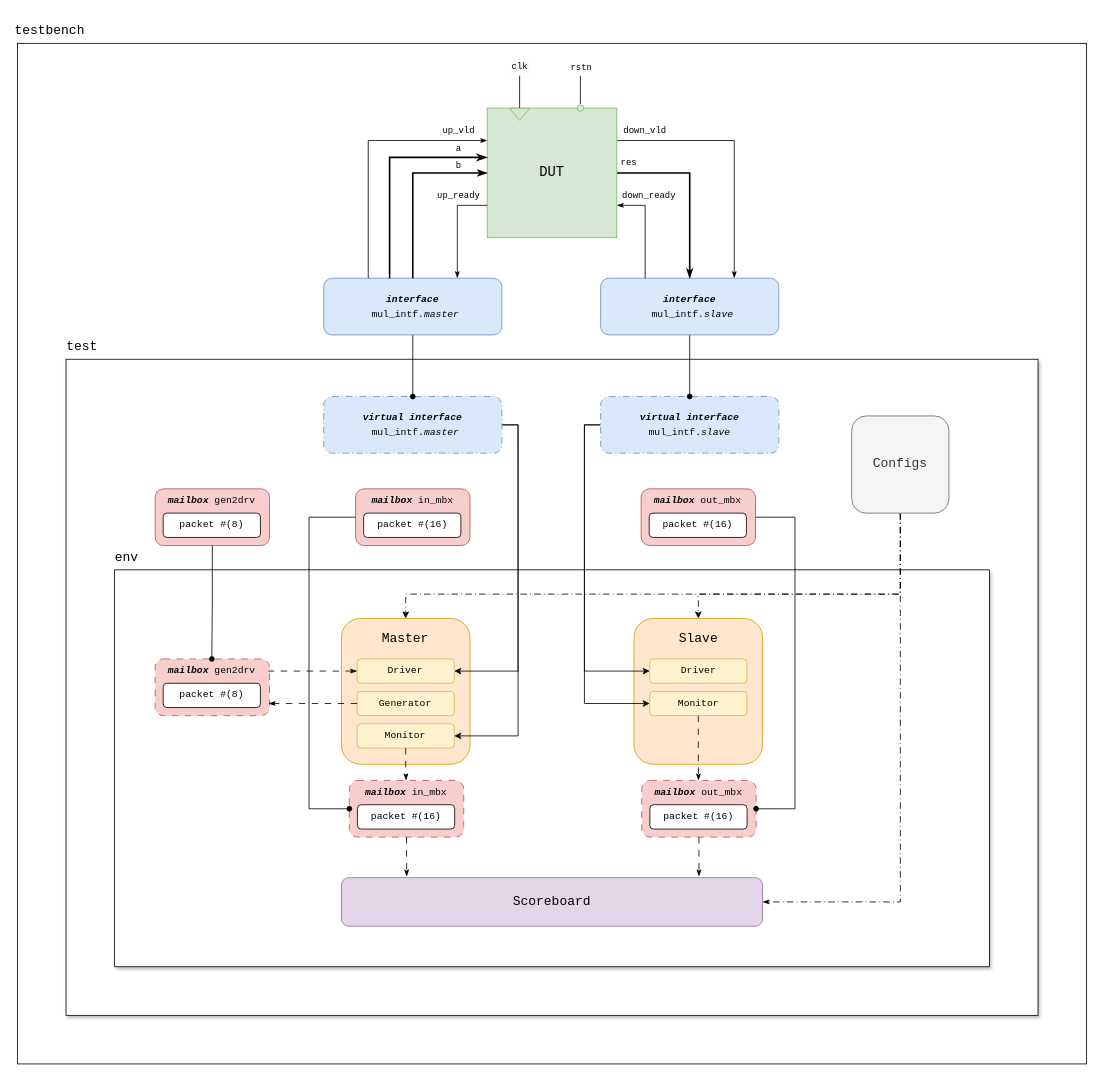
Before: drawio/tb.drawio in nlGillity/hdl-mul, a draw.io diagram. Source tidied: cells renumbered, new cells numbered last; positions are measured from the earlier drawing's top-left corner, leaving out a move shared by most shapes. Both pictures are drawn from the tidied source at 81%, with x=0, y=0 at pixel (17, 19).
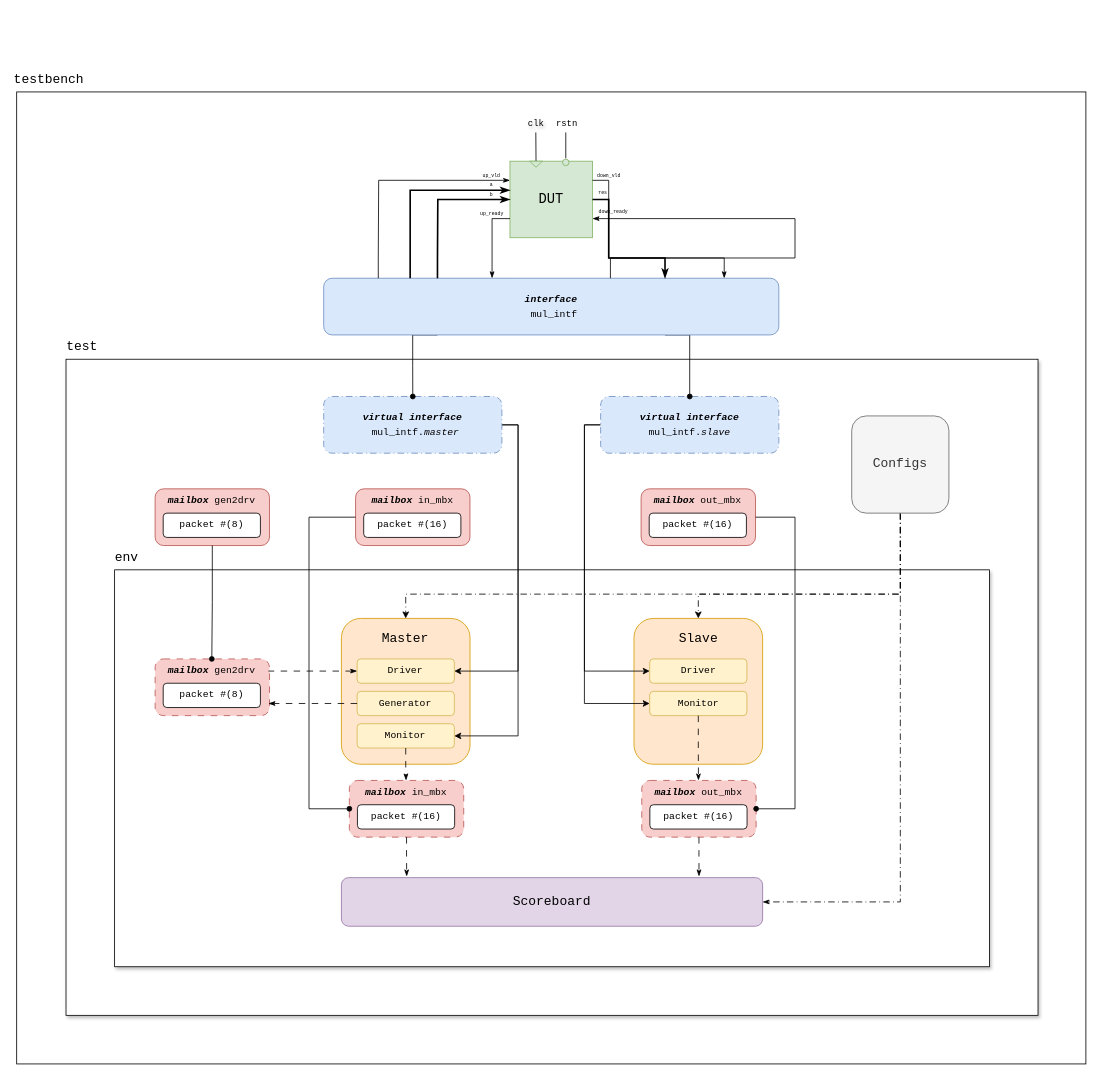
After the change.

Unchanged cells that the change refers to:
```xml
<mxCell id="52" value="&lt;div style=&quot;line-height: 50%;&quot;&gt;&lt;pre&gt;&lt;i&gt;&lt;b&gt;virtual interface&lt;/b&gt;&lt;/i&gt;&lt;/pre&gt;&lt;pre&gt;&lt;i&gt;&lt;b&gt; &lt;/b&gt;&lt;/i&gt;mul_intf.&lt;i&gt;master&lt;/i&gt;&lt;/pre&gt;&lt;/div&gt;" style="rounded=1;whiteSpace=wrap;html=1;fillColor=#dae8fc;strokeColor=#6c8ebf;dashed=1;dashPattern=8 4 1 4;" parent="1" vertex="1">
  <mxGeometry x="378.1" y="466" width="220" height="70" as="geometry" />
</mxCell>
<mxCell id="55" value="&lt;div style=&quot;line-height: 50%;&quot;&gt;&lt;pre&gt;&lt;i&gt;&lt;b&gt;virtual interface&lt;/b&gt;&lt;/i&gt;&lt;/pre&gt;&lt;pre&gt;mul_intf.&lt;i&gt;slave&lt;/i&gt;&lt;/pre&gt;&lt;/div&gt;" style="rounded=1;whiteSpace=wrap;html=1;fillColor=#dae8fc;strokeColor=#6c8ebf;dashed=1;dashPattern=8 4 1 4;" parent="1" vertex="1">
  <mxGeometry x="720" y="466" width="220" height="70" as="geometry" />
</mxCell>
```

Change to the diagram source:
```diff
@@
     <mxCell id="2" style="whiteSpace=wrap;html=1;" parent="1" vertex="1">
-      <mxGeometry y="30" width="1320" height="1260" as="geometry" />
+      <mxGeometry x="-0.9" y="90" width="1320" height="1200" as="geometry" />
     </mxCell>
@@
+    <mxCell id="88" style="edgeStyle=orthogonalEdgeStyle;rounded=0;jettySize=auto;html=1;exitX=0.75;exitY=1;exitDx=0;exitDy=0;exitPerimeter=0;entryX=0.5;entryY=0;entryDx=0;entryDy=0;endArrow=oval;endFill=1;" parent="1" edge="1" source="62" target="55">
+      <mxGeometry relative="1" as="geometry">
+        <Array as="points">
+          <mxPoint x="830" y="390" />
+        </Array>
+      </mxGeometry>
+    </mxCell>
-    <mxCell id="61" style="edgeStyle=orthogonalEdgeStyle;rounded=0;jettySize=auto;html=1;exitX=0.5;exitY=1;exitDx=0;exitDy=0;exitPerimeter=0;entryX=0.5;entryY=0;entryDx=0;entryDy=0;endArrow=oval;endFill=1;" parent="1" edge="1" source="62" target="52">
-      <mxGeometry relative="1" as="geometry" />
+    <mxCell id="61" style="edgeStyle=orthogonalEdgeStyle;rounded=0;jettySize=auto;html=1;exitX=0.25;exitY=1;exitDx=0;exitDy=0;exitPerimeter=0;entryX=0.5;entryY=0;entryDx=0;entryDy=0;endArrow=oval;endFill=1;" parent="1" edge="1" source="62" target="52">
+      <mxGeometry relative="1" as="geometry">
+        <Array as="points">
+          <mxPoint x="488" y="390" />
+          <mxPoint x="488" y="428" />
+        </Array>
+      </mxGeometry>
     </mxCell>
-    <mxCell id="62" value="&lt;div style=&quot;line-height: 50%;&quot;&gt;&lt;pre&gt;&lt;i&gt;&lt;b&gt;interface&lt;/b&gt;&lt;/i&gt;&lt;/pre&gt;&lt;pre&gt;&lt;i&gt;&lt;b&gt; &lt;/b&gt;&lt;/i&gt;mul_intf.&lt;i&gt;master&lt;/i&gt;&lt;/pre&gt;&lt;/div&gt;" style="rounded=1;whiteSpace=wrap;html=1;fillColor=#dae8fc;strokeColor=#6c8ebf;points=[[0,0,0,0,0],[0,0.25,0,0,0],[0,0.5,0,0,0],[0,0.75,0,0,0],[0,1,0,0,0],[0.25,0,0,0,0],[0.25,1,0,0,0],[0.37,0,0,0,0],[0.5,0,0,0,0],[0.5,1,0,0,0],[0.63,0,0,0,0],[0.75,0,0,0,0],[0.75,1,0,0,0],[1,0,0,0,0],[1,0.25,0,0,0],[1,0.5,0,0,0],[1,0.75,0,0,0],[1,1,0,0,0]];" parent="1" vertex="1">
-      <mxGeometry x="378.1" y="320" width="220" height="70" as="geometry" />
+    <mxCell id="62" value="&lt;div style=&quot;line-height: 50%;&quot;&gt;&lt;pre&gt;&lt;i&gt;&lt;b&gt;interface&lt;/b&gt;&lt;/i&gt;&lt;/pre&gt;&lt;pre&gt;&lt;i&gt;&lt;b&gt; &lt;/b&gt;&lt;/i&gt;mul_intf&lt;/pre&gt;&lt;/div&gt;" style="rounded=1;whiteSpace=wrap;html=1;fillColor=#dae8fc;strokeColor=#6c8ebf;points=[[0,0,0,0,0],[0,0.25,0,0,0],[0,0.5,0,0,0],[0,0.75,0,0,0],[0,1,0,0,0],[0.12,0,0,0,0],[0.19,0,0,0,0],[0.25,0,0,0,0],[0.25,1,0,0,0],[0.37,0,0,0,0],[0.5,0,0,0,0],[0.5,1,0,0,0],[0.63,0,0,0,0],[0.75,0,0,0,0],[0.75,1,0,0,0],[0.88,0,0,0,0],[1,0,0,0,0],[1,0.25,0,0,0],[1,0.5,0,0,0],[1,0.75,0,0,0],[1,1,0,0,0]];" parent="1" vertex="1">
+      <mxGeometry x="378.1" y="320" width="561.9" height="70" as="geometry" />
     </mxCell>
-    <mxCell id="63" style="edgeStyle=orthogonalEdgeStyle;rounded=0;jettySize=auto;html=1;exitX=0.5;exitY=1;exitDx=0;exitDy=0;entryX=0.5;entryY=0;entryDx=0;entryDy=0;endArrow=oval;endFill=1;" parent="1" edge="1" source="64" target="55">
-      <mxGeometry relative="1" as="geometry" />
-    </mxCell>
-    <mxCell id="64" value="&lt;div style=&quot;line-height: 50%;&quot;&gt;&lt;pre&gt;&lt;i&gt;&lt;b&gt;interface&lt;/b&gt;&lt;/i&gt;&lt;/pre&gt;&lt;pre&gt;&lt;i&gt;&lt;b&gt; &lt;/b&gt;&lt;/i&gt;mul_intf.&lt;i&gt;slave&lt;/i&gt;&lt;/pre&gt;&lt;/div&gt;" style="rounded=1;whiteSpace=wrap;html=1;fillColor=#dae8fc;strokeColor=#6c8ebf;" parent="1" vertex="1">
-      <mxGeometry x="720" y="320" width="220" height="70" as="geometry" />
-    </mxCell>
-    <mxCell id="65" style="edgeStyle=orthogonalEdgeStyle;rounded=0;jettySize=auto;html=1;exitX=1;exitY=0.25;exitDx=0;exitDy=0;exitPerimeter=0;entryX=0.75;entryY=0;entryDx=0;entryDy=0;endArrow=classicThin;endFill=1;" parent="1" edge="1" source="67" target="64">
-      <mxGeometry relative="1" as="geometry" />
-    </mxCell>
-    <mxCell id="66" style="edgeStyle=orthogonalEdgeStyle;rounded=0;jettySize=auto;html=1;entryX=0.5;entryY=0;entryDx=0;entryDy=0;endArrow=classicThin;endFill=1;strokeWidth=2;" parent="1" edge="1" source="67" target="64">
-      <mxGeometry relative="1" as="geometry">
-        <Array as="points">
-          <mxPoint x="830" y="190" />
-        </Array>
-      </mxGeometry>
-    </mxCell>
     <mxCell id="67" value="&lt;pre&gt;&lt;font style=&quot;font-size: 17px;&quot;&gt;DUT&lt;/font&gt;&lt;/pre&gt;" style="rounded=0;whiteSpace=wrap;html=1;fillColor=#d5e8d4;strokeColor=#82b366;points=[[0,0,0,0,0],[0,0.25,0,0,0],[0,0.38,0,0,0],[0,0.5,0,0,0],[0,0.63,0,0,0],[0,0.75,0,0,0],[0,1,0,0,0],[0.25,0,0,0,0],[0.25,1,0,0,0],[0.5,0,0,0,0],[0.5,1,0,0,0],[0.75,0,0,0,0],[0.75,1,0,0,0],[1,0,0,0,0],[1,0.25,0,0,0],[1,0.38,0,0,0],[1,0.5,0,0,0],[1,0.63,0,0,0],[1,0.75,0,0,0],[1,1,0,0,0]];" parent="1" vertex="1">
-      <mxGeometry x="580" y="110" width="160" height="160" as="geometry" />
+      <mxGeometry x="608.1" y="175.5" width="101.9" height="94.5" as="geometry" />
     </mxCell>
-    <mxCell id="68" style="edgeStyle=orthogonalEdgeStyle;rounded=0;jettySize=auto;html=1;exitX=0;exitY=0.75;exitDx=0;exitDy=0;exitPerimeter=0;entryX=0.75;entryY=0;entryDx=0;entryDy=0;entryPerimeter=0;endArrow=classicThin;endFill=1;" parent="1" edge="1" source="67" target="62">
-      <mxGeometry relative="1" as="geometry" />
-    </mxCell>
-    <mxCell id="69" style="edgeStyle=orthogonalEdgeStyle;rounded=0;jettySize=auto;html=1;exitX=0.5;exitY=0;exitDx=0;exitDy=0;exitPerimeter=0;entryX=0;entryY=0.5;entryDx=0;entryDy=0;entryPerimeter=0;strokeWidth=2;endArrow=classicThin;endFill=1;" parent="1" edge="1" source="62" target="67">
-      <mxGeometry relative="1" as="geometry" />
-    </mxCell>
-    <mxCell id="70" style="edgeStyle=orthogonalEdgeStyle;rounded=0;jettySize=auto;html=1;exitX=0.37;exitY=0;exitDx=0;exitDy=0;exitPerimeter=0;entryX=0;entryY=0.38;entryDx=0;entryDy=0;entryPerimeter=0;endSize=7;strokeWidth=2;endArrow=classicThin;endFill=1;" parent="1" edge="1" source="62" target="67">
-      <mxGeometry relative="1" as="geometry" />
-    </mxCell>
-    <mxCell id="71" style="edgeStyle=orthogonalEdgeStyle;rounded=0;jettySize=auto;html=1;exitX=0.25;exitY=0;exitDx=0;exitDy=0;exitPerimeter=0;entryX=0;entryY=0.25;entryDx=0;entryDy=0;entryPerimeter=0;endArrow=classicThin;endFill=1;" parent="1" edge="1" source="62" target="67">
-      <mxGeometry relative="1" as="geometry" />
-    </mxCell>
-    <mxCell id="72" style="edgeStyle=orthogonalEdgeStyle;rounded=0;jettySize=auto;html=1;exitX=0.25;exitY=0;exitDx=0;exitDy=0;entryX=1;entryY=0.75;entryDx=0;entryDy=0;entryPerimeter=0;endArrow=classicThin;endFill=1;" parent="1" edge="1" source="64" target="67">
-      <mxGeometry relative="1" as="geometry" />
-    </mxCell>
@@
     <mxCell id="74" value="&lt;pre&gt;&lt;font style=&quot;font-size: 16px;&quot;&gt;testbench&lt;/font&gt;&lt;/pre&gt;" style="text;html=1;align=center;verticalAlign=middle;whiteSpace=wrap;rounded=0;" parent="1" vertex="1">
-      <mxGeometry width="80" height="30" as="geometry" />
+      <mxGeometry x="-0.9" y="60" width="80" height="30" as="geometry" />
     </mxCell>
-    <mxCell id="75" value="&lt;pre&gt;&lt;font style=&quot;font-size: 11px;&quot;&gt;up_vld&lt;/font&gt;&lt;/pre&gt;" style="text;html=1;align=center;verticalAlign=middle;whiteSpace=wrap;rounded=0;" parent="1" vertex="1">
-      <mxGeometry x="520" y="130" width="50" height="15" as="geometry" />
+    <mxCell id="75" value="&lt;pre&gt;&lt;font style=&quot;font-size: 6px;&quot;&gt;up_vld&lt;/font&gt;&lt;/pre&gt;" style="text;html=1;align=center;verticalAlign=middle;whiteSpace=wrap;rounded=0;" parent="1" vertex="1">
+      <mxGeometry x="573.4" y="187" width="24.8" height="10" as="geometry" />
     </mxCell>
-    <mxCell id="76" value="&lt;pre&gt;&lt;font style=&quot;font-size: 11px;&quot;&gt;a&lt;/font&gt;&lt;/pre&gt;" style="text;html=1;align=center;verticalAlign=middle;whiteSpace=wrap;rounded=0;" parent="1" vertex="1">
-      <mxGeometry x="535" y="153" width="20" height="15" as="geometry" />
-    </mxCell>
-    <mxCell id="77" value="&lt;pre&gt;&lt;font style=&quot;font-size: 11px;&quot;&gt;b&lt;/font&gt;&lt;/pre&gt;" style="text;html=1;align=center;verticalAlign=middle;whiteSpace=wrap;rounded=0;" parent="1" vertex="1">
-      <mxGeometry x="535" y="173" width="20" height="15" as="geometry" />
-    </mxCell>
-    <mxCell id="78" value="&lt;pre&gt;&lt;font style=&quot;font-size: 11px;&quot;&gt;up_ready&lt;/font&gt;&lt;/pre&gt;" style="text;html=1;align=center;verticalAlign=middle;whiteSpace=wrap;rounded=0;" parent="1" vertex="1">
-      <mxGeometry x="520" y="210" width="50" height="15" as="geometry" />
-    </mxCell>
-    <mxCell id="79" value="&lt;pre&gt;&lt;font style=&quot;font-size: 11px;&quot;&gt;down_vld&lt;/font&gt;&lt;/pre&gt;" style="text;html=1;align=center;verticalAlign=middle;whiteSpace=wrap;rounded=0;" parent="1" vertex="1">
-      <mxGeometry x="740" y="130" width="70" height="15" as="geometry" />
+    <mxCell id="79" value="&lt;pre&gt;&lt;font style=&quot;font-size: 6px;&quot;&gt;down_vld&lt;/font&gt;&lt;/pre&gt;" style="text;html=1;align=center;verticalAlign=middle;whiteSpace=wrap;rounded=0;" parent="1" vertex="1">
+      <mxGeometry x="712.5" y="188" width="35" height="8" as="geometry" />
     </mxCell>
-    <mxCell id="80" value="&lt;pre&gt;&lt;font style=&quot;font-size: 11px;&quot;&gt;res&lt;/font&gt;&lt;/pre&gt;" style="text;html=1;align=center;verticalAlign=middle;whiteSpace=wrap;rounded=0;" parent="1" vertex="1">
-      <mxGeometry x="740" y="170" width="30" height="15" as="geometry" />
+    <mxCell id="80" value="&lt;pre&gt;&lt;font style=&quot;font-size: 6px;&quot;&gt;res&lt;/font&gt;&lt;/pre&gt;" style="text;html=1;align=center;verticalAlign=middle;whiteSpace=wrap;rounded=0;" parent="1" vertex="1">
+      <mxGeometry x="713" y="209" width="20" height="10" as="geometry" />
     </mxCell>
-    <mxCell id="81" value="&lt;pre&gt;&lt;font style=&quot;font-size: 11px;&quot;&gt;down_ready&lt;/font&gt;&lt;/pre&gt;" style="text;html=1;align=center;verticalAlign=middle;whiteSpace=wrap;rounded=0;" parent="1" vertex="1">
-      <mxGeometry x="750" y="210" width="60" height="15" as="geometry" />
+    <mxCell id="81" value="&lt;pre&gt;&lt;font style=&quot;font-size: 6px;&quot;&gt;down_ready&lt;/font&gt;&lt;/pre&gt;" style="text;html=1;align=center;verticalAlign=middle;whiteSpace=wrap;rounded=0;" parent="1" vertex="1">
+      <mxGeometry x="717.5" y="231" width="36.2" height="12" as="geometry" />
     </mxCell>
     <mxCell id="82" style="edgeStyle=orthogonalEdgeStyle;rounded=0;jettySize=auto;html=1;exitX=0;exitY=0.5;exitDx=0;exitDy=0;endArrow=none;endFill=0;" parent="1" edge="1" source="84">
       <mxGeometry relative="1" as="geometry">
-        <mxPoint x="620" y="70" as="targetPoint" />
+        <mxPoint x="640" y="140" as="targetPoint" />
       </mxGeometry>
     </mxCell>
@@
     <mxCell id="84" style="triangle;whiteSpace=wrap;html=1;rotation=90;fillColor=#d5e8d4;strokeColor=#82b366;" parent="1" vertex="1">
-      <mxGeometry x="612.5" y="105" width="15" height="25" as="geometry" />
+      <mxGeometry x="636.5" y="171.5" width="7.5" height="15.5" as="geometry" />
     </mxCell>
     <mxCell id="85" style="edgeStyle=orthogonalEdgeStyle;rounded=0;jettySize=auto;html=1;endArrow=none;endFill=0;" parent="1" edge="1" source="87">
       <mxGeometry relative="1" as="geometry">
-        <mxPoint x="695" y="70" as="targetPoint" />
+        <mxPoint x="677" y="140" as="targetPoint" />
       </mxGeometry>
     </mxCell>
     <mxCell id="86" value="&lt;pre&gt;rstn&lt;/pre&gt;" style="edgeLabel;html=1;align=center;verticalAlign=middle;labelBackgroundColor=none;" parent="85" vertex="1">
       <mxGeometry x="0.99" relative="1" as="geometry">
-        <mxPoint y="-10" as="offset" />
+        <mxPoint y="-12" as="offset" />
       </mxGeometry>
     </mxCell>
     <mxCell id="87" style="verticalLabelPosition=bottom;shadow=0;dashed=0;align=center;html=1;verticalAlign=top;shape=mxgraph.electrical.logic_gates.inverting_contact;fillColor=#d5e8d4;strokeColor=#82b366;" parent="1" vertex="1">
-      <mxGeometry x="690" y="105" width="10" height="10" as="geometry" />
+      <mxGeometry x="672" y="172" width="10" height="10" as="geometry" />
     </mxCell>
+    <mxCell id="89" style="edgeStyle=orthogonalEdgeStyle;rounded=0;jettySize=auto;html=1;exitX=0.63;exitY=0;exitDx=0;exitDy=0;exitPerimeter=0;entryX=1;entryY=0.75;entryDx=0;entryDy=0;entryPerimeter=0;endArrow=classicThin;endFill=1;" parent="1" edge="1" source="62" target="67">
+      <mxGeometry relative="1" as="geometry" />
+    </mxCell>
+    <mxCell id="90" style="edgeStyle=orthogonalEdgeStyle;shape=connector;rounded=0;jettySize=auto;html=1;exitX=1;exitY=0.5;exitDx=0;exitDy=0;exitPerimeter=0;entryX=0.75;entryY=0;entryDx=0;entryDy=0;entryPerimeter=0;strokeColor=default;align=center;verticalAlign=middle;fontFamily=Helvetica;fontSize=11;fontColor=default;labelBackgroundColor=default;endArrow=classicThin;endFill=1;strokeWidth=2;" parent="1" edge="1" source="67" target="62">
+      <mxGeometry relative="1" as="geometry" />
+    </mxCell>
+    <mxCell id="91" style="edgeStyle=orthogonalEdgeStyle;shape=connector;rounded=0;jettySize=auto;html=1;exitX=1;exitY=0.25;exitDx=0;exitDy=0;exitPerimeter=0;entryX=0.88;entryY=0;entryDx=0;entryDy=0;entryPerimeter=0;strokeColor=default;align=center;verticalAlign=middle;fontFamily=Helvetica;fontSize=11;fontColor=default;labelBackgroundColor=default;endArrow=classicThin;endFill=1;" parent="1" edge="1" source="67" target="62">
+      <mxGeometry relative="1" as="geometry" />
+    </mxCell>
+    <mxCell id="92" style="edgeStyle=orthogonalEdgeStyle;shape=connector;rounded=0;jettySize=auto;html=1;exitX=0;exitY=0.75;exitDx=0;exitDy=0;exitPerimeter=0;entryX=0.37;entryY=0;entryDx=0;entryDy=0;entryPerimeter=0;strokeColor=default;align=center;verticalAlign=middle;fontFamily=Helvetica;fontSize=11;fontColor=default;labelBackgroundColor=default;endArrow=classicThin;endFill=1;" parent="1" edge="1" source="67" target="62">
+      <mxGeometry relative="1" as="geometry">
+        <Array as="points">
+          <mxPoint x="586" y="246" />
+        </Array>
+      </mxGeometry>
+    </mxCell>
+    <mxCell id="93" style="edgeStyle=orthogonalEdgeStyle;shape=connector;rounded=0;jettySize=auto;html=1;exitX=0.12;exitY=0;exitDx=0;exitDy=0;exitPerimeter=0;entryX=0;entryY=0.25;entryDx=0;entryDy=0;entryPerimeter=0;strokeColor=default;align=center;verticalAlign=middle;fontFamily=Helvetica;fontSize=11;fontColor=default;labelBackgroundColor=default;endArrow=classicThin;endFill=1;" parent="1" edge="1" source="62" target="67">
+      <mxGeometry relative="1" as="geometry">
+        <Array as="points">
+          <mxPoint x="446" y="295" />
+          <mxPoint x="446" y="295" />
+          <mxPoint x="446" y="199" />
+        </Array>
+      </mxGeometry>
+    </mxCell>
+    <mxCell id="94" style="edgeStyle=orthogonalEdgeStyle;shape=connector;rounded=0;jettySize=auto;html=1;exitX=0.25;exitY=0;exitDx=0;exitDy=0;exitPerimeter=0;entryX=0;entryY=0.5;entryDx=0;entryDy=0;entryPerimeter=0;strokeColor=default;align=center;verticalAlign=middle;fontFamily=Helvetica;fontSize=11;fontColor=default;labelBackgroundColor=default;endArrow=classicThin;endFill=1;strokeWidth=2;" parent="1" edge="1" source="62" target="67">
+      <mxGeometry relative="1" as="geometry">
+        <Array as="points">
+          <mxPoint x="519" y="295" />
+          <mxPoint x="519" y="295" />
+          <mxPoint x="519" y="223" />
+        </Array>
+      </mxGeometry>
+    </mxCell>
+    <mxCell id="95" style="edgeStyle=orthogonalEdgeStyle;shape=connector;rounded=0;jettySize=auto;html=1;exitX=0.19;exitY=0;exitDx=0;exitDy=0;exitPerimeter=0;entryX=0;entryY=0.38;entryDx=0;entryDy=0;entryPerimeter=0;strokeColor=default;align=center;verticalAlign=middle;fontFamily=Helvetica;fontSize=11;fontColor=default;labelBackgroundColor=default;endArrow=classicThin;endFill=1;strokeWidth=2;" parent="1" edge="1" source="62" target="67">
+      <mxGeometry relative="1" as="geometry">
+        <Array as="points">
+          <mxPoint x="485" y="211" />
+        </Array>
+      </mxGeometry>
+    </mxCell>
+    <mxCell id="76" value="&lt;pre&gt;&lt;font style=&quot;font-size: 6px;&quot;&gt;a&lt;/font&gt;&lt;/pre&gt;" style="text;html=1;align=center;verticalAlign=middle;whiteSpace=wrap;rounded=0;" parent="1" vertex="1">
+      <mxGeometry x="573.4" y="199" width="24.8" height="10" as="geometry" />
+    </mxCell>
+    <mxCell id="77" value="&lt;pre&gt;&lt;font style=&quot;font-size: 6px;&quot;&gt;b&lt;/font&gt;&lt;/pre&gt;" style="text;html=1;align=center;verticalAlign=middle;whiteSpace=wrap;rounded=0;" parent="1" vertex="1">
+      <mxGeometry x="573.4" y="211" width="24.8" height="10" as="geometry" />
+    </mxCell>
+    <mxCell id="78" value="&lt;pre&gt;&lt;font style=&quot;font-size: 6px;&quot;&gt;up_ready&lt;/font&gt;&lt;/pre&gt;" style="text;html=1;align=center;verticalAlign=middle;whiteSpace=wrap;rounded=0;" parent="1" vertex="1">
+      <mxGeometry x="566.7" y="235.5" width="38.1" height="7.5" as="geometry" />
+    </mxCell>
```
